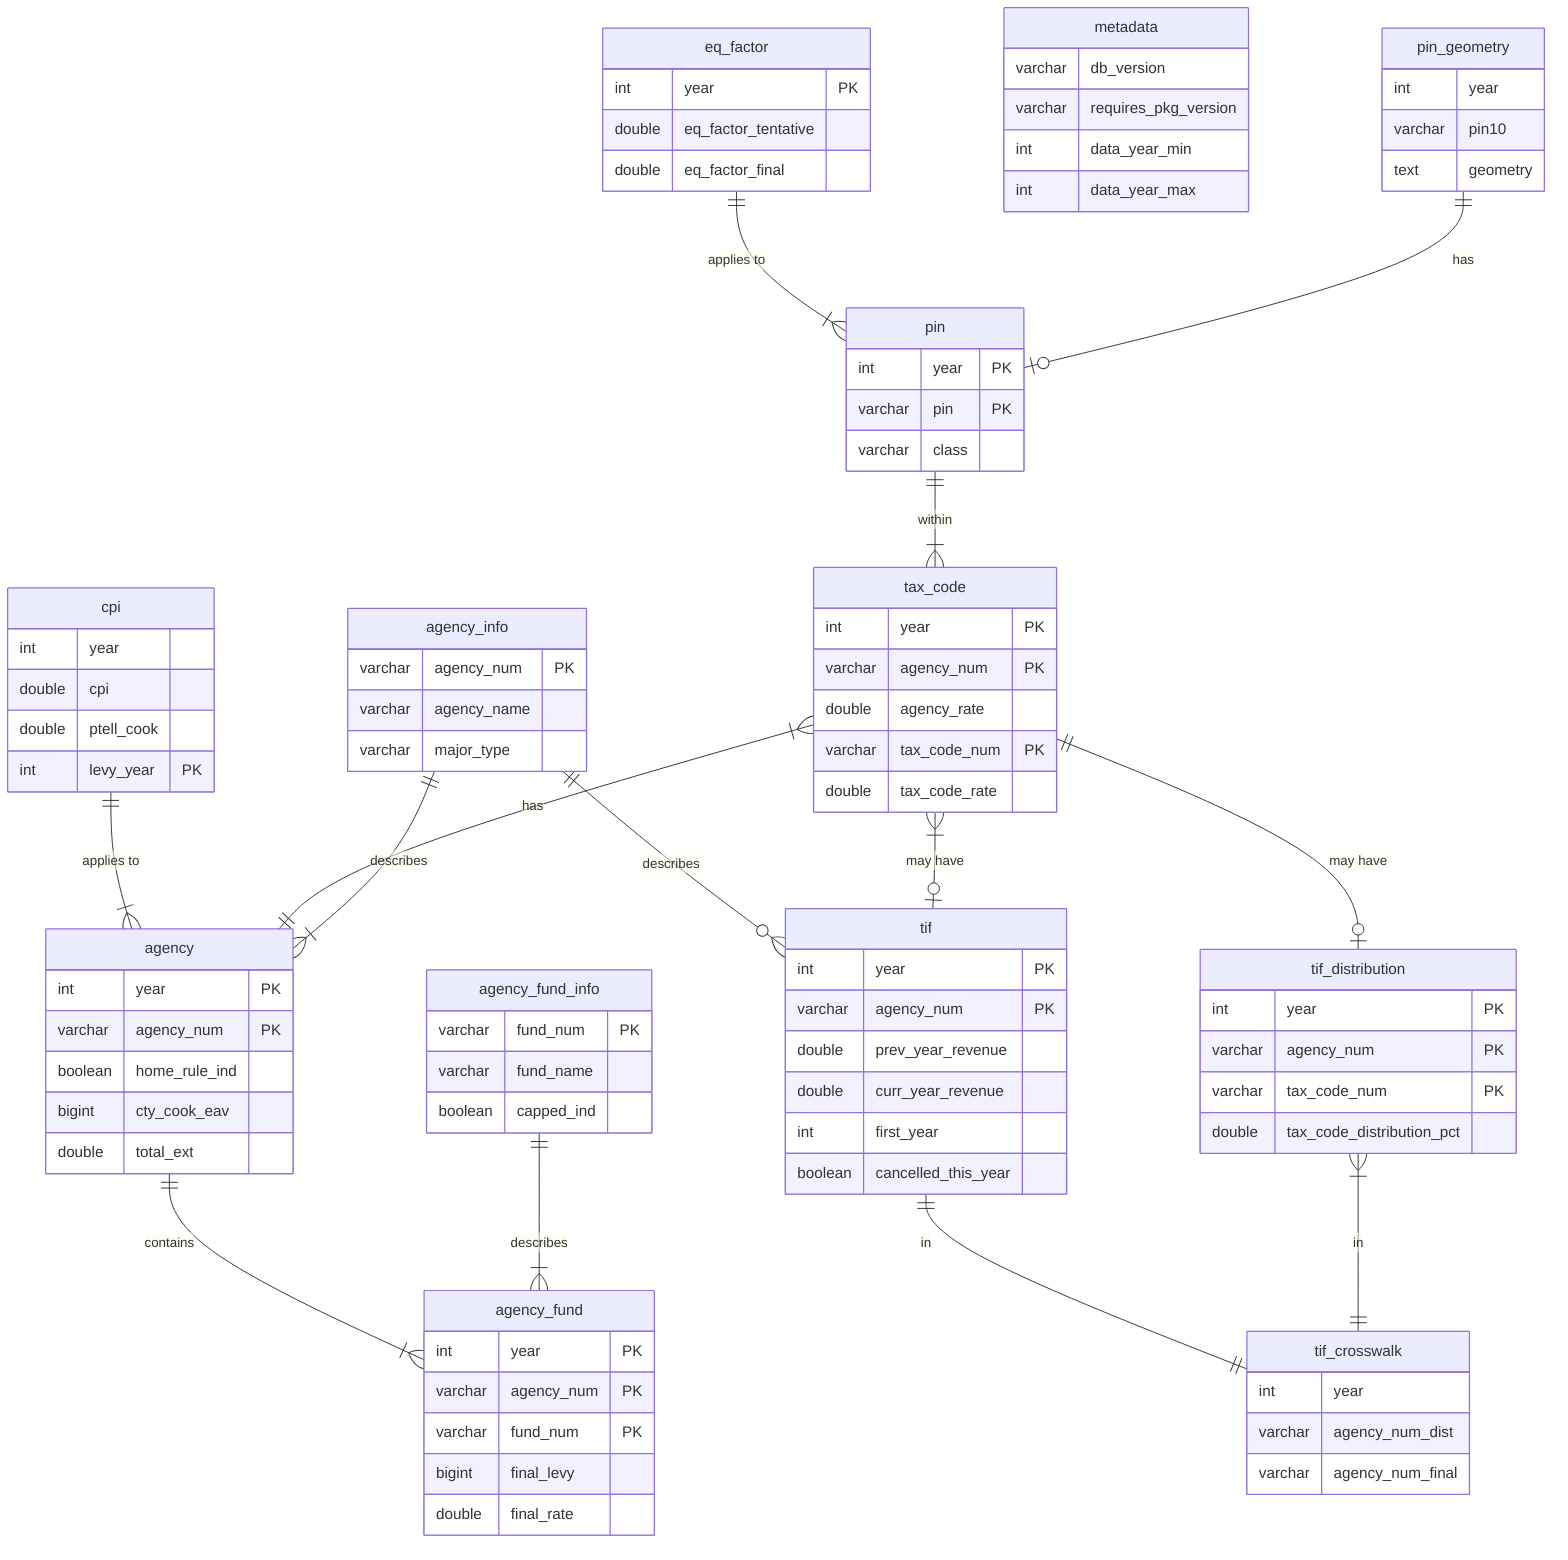
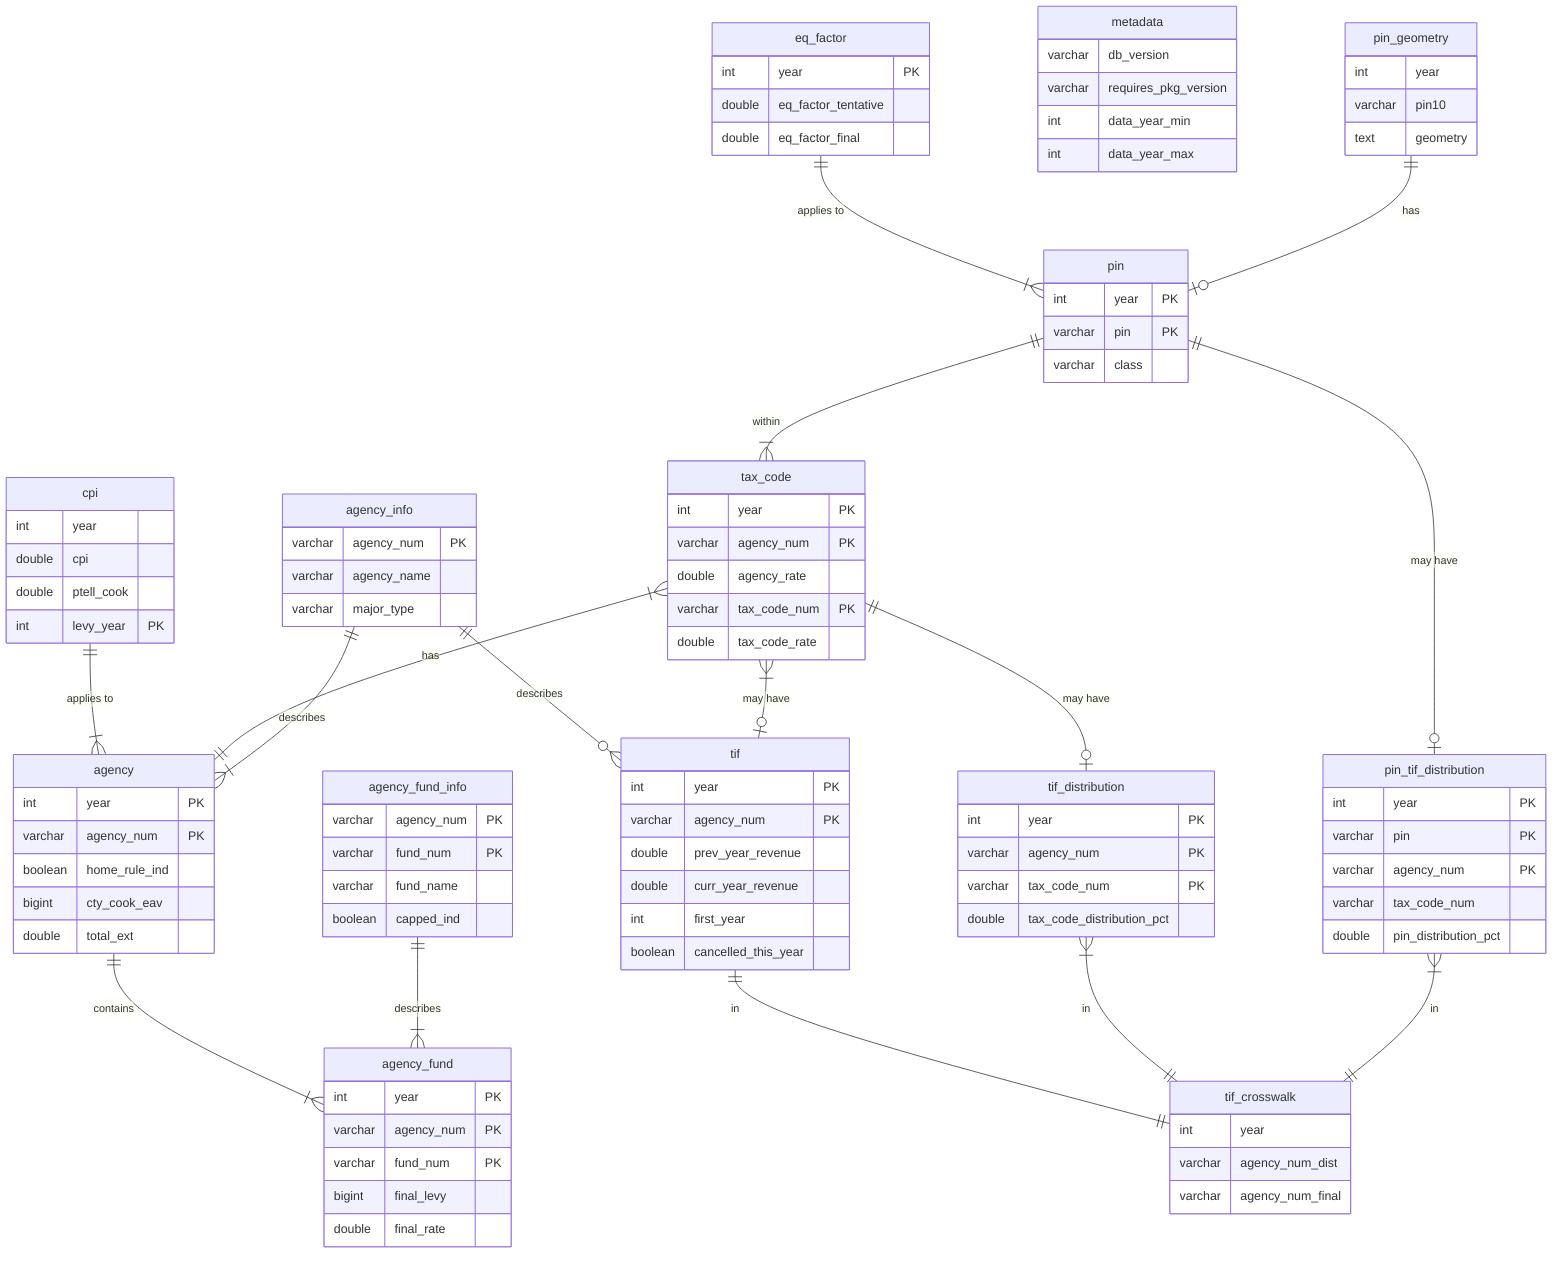
erDiagram

  agency {
    int     year              PK
    varchar agency_num        PK
    boolean home_rule_ind
    bigint  cty_cook_eav
    double  total_ext
  }

  agency_info {
    varchar agency_num         PK
    varchar agency_name
    varchar major_type
  }

  agency_fund {
    int     year               PK
    varchar agency_num         PK
    varchar fund_num           PK
    bigint  final_levy
    double  final_rate
  }

  agency_fund_info {
+     varchar agency_num         PK
    varchar fund_num           PK
    varchar fund_name
    boolean capped_ind
  }

  cpi {
    int     year
    double  cpi
    double  ptell_cook
    int     levy_year          PK
  }

  eq_factor {
    int     year               PK
    double  eq_factor_tentative
    double  eq_factor_final
  }

  metadata {
    varchar db_version
    varchar requires_pkg_version
    int     data_year_min
    int     data_year_max
  }

  pin {
    int     year               PK
    varchar pin                PK
    varchar class
  }

  pin_geometry {
    int     year
    varchar pin10
    text    geometry
  }

  tax_code {
    int     year               PK
    varchar agency_num         PK
    double  agency_rate
    varchar tax_code_num       PK
    double  tax_code_rate
  }

  tif {
    int     year               PK
    varchar agency_num         PK
    double  prev_year_revenue
    double  curr_year_revenue
    int     first_year
    boolean cancelled_this_year
  }

  tif_crosswalk {
    int     year
    varchar agency_num_dist
    varchar agency_num_final
  }

  tif_distribution {
    int     year               PK
    varchar agency_num         PK
    varchar tax_code_num       PK
    double  tax_code_distribution_pct
  }

+   pin_tif_distribution {
+     int     year               PK
+     varchar pin                PK
+     varchar agency_num         PK
+     varchar tax_code_num
+     double  pin_distribution_pct
+   }
+ 
  eq_factor ||--|{ pin : "applies to"
  pin ||--|{ tax_code : "within"
+   pin ||--o| pin_tif_distribution : "may have"
  cpi ||--|{ agency : "applies to"
  tax_code }|--|| agency : "has"
  tax_code ||--o| tif_distribution : "may have"
  agency ||--|{ agency_fund : "contains"
  agency_info ||--|{ agency : "describes"
  agency_fund_info ||--|{ agency_fund : "describes"
  tif ||--|| tif_crosswalk : "in"
  tif_distribution }|--|| tif_crosswalk : "in"
+   pin_tif_distribution }|--|| tif_crosswalk : "in"
  agency_info ||--o{ tif: "describes"
  tax_code }|--o| tif : "may have"
  pin_geometry ||--o| pin : "has"
